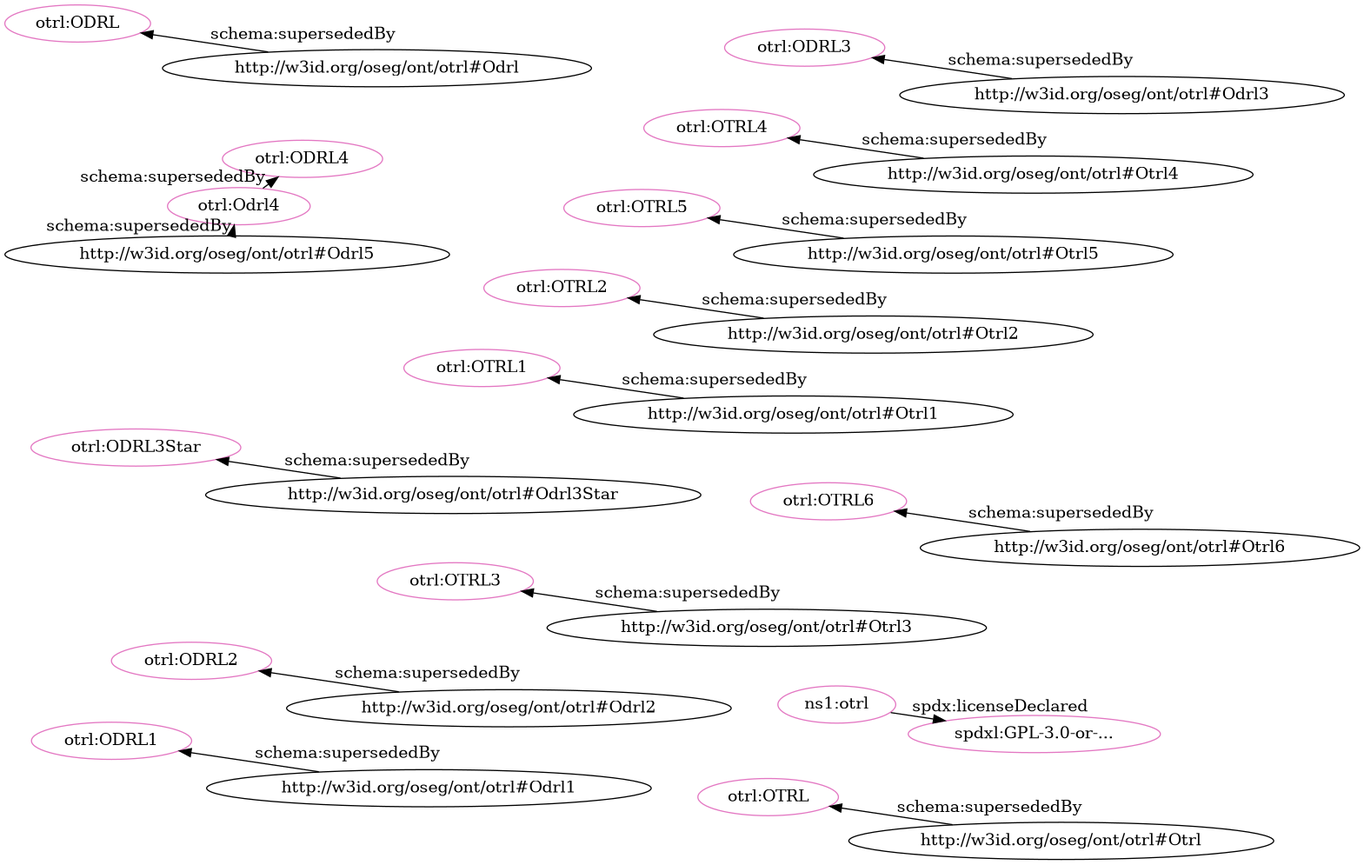
iop-alliance/OpenKnowHow keeps this Graphviz diagram as src/spec/dot_otrl_deprecated-clean.png. Above is the earlier version. Its source is kept beside it as src/spec/dot_otrl_deprecated-clean.dot.
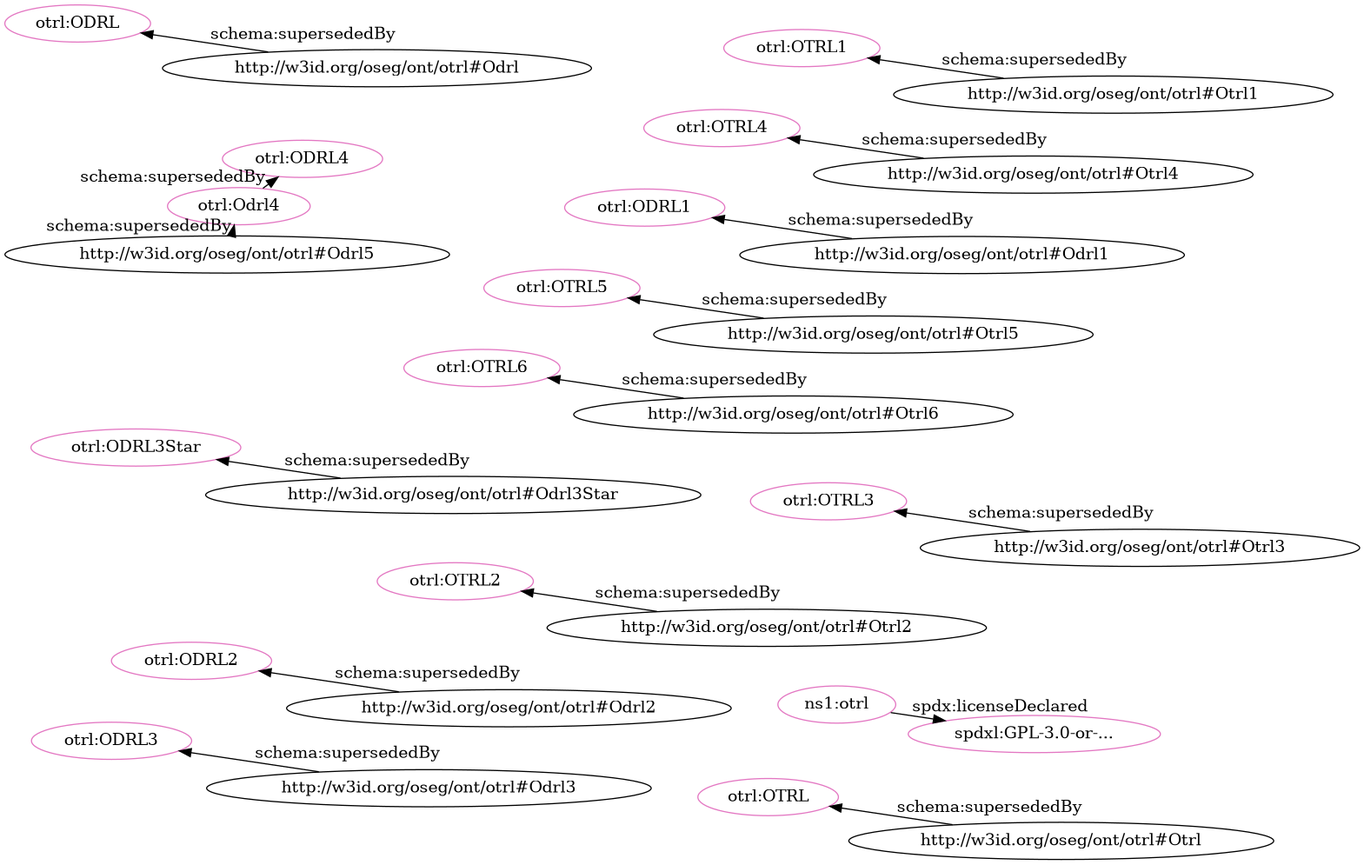
The same diagram one commit later.

Change to the diagram source:
```diff
@@ -1,35 +1,35 @@
 digraph G {
   rankdir=BT
   node[height=.3]
-"http://w3id.org/oseg/ont/otrl#OTRL1" [fillcolor="#e377c2" color="#e377c2" label="otrl:OTRL1"]
+"http://w3id.org/oseg/ont/otrl#OTRL6" [fillcolor="#e377c2" color="#e377c2" label="otrl:OTRL6"]
 "http://w3id.org/oseg/ont/otrl#Odrl4" [fillcolor="#e377c2" color="#e377c2" label="otrl:Odrl4"]
+"http://w3id.org/oseg/ont/otrl#ODRL4" [fillcolor="#e377c2" color="#e377c2" label="otrl:ODRL4"]
+"http://w3id.org/oseg/ont/otrl#OTRL5" [fillcolor="#e377c2" color="#e377c2" label="otrl:OTRL5"]
+"http://w3id.org/oseg/ont/otrl" [fillcolor="#e377c2" color="#e377c2" label="ns1:otrl"]
+"http://w3id.org/oseg/ont/otrl#OTRL" [fillcolor="#e377c2" color="#e377c2" label="otrl:OTRL"]
 "http://w3id.org/oseg/ont/otrl#OTRL2" [fillcolor="#e377c2" color="#e377c2" label="otrl:OTRL2"]
 "http://w3id.org/oseg/ont/otrl#ODRL" [fillcolor="#e377c2" color="#e377c2" label="otrl:ODRL"]
+"http://w3id.org/oseg/ont/otrl#ODRL1" [fillcolor="#e377c2" color="#e377c2" label="otrl:ODRL1"]
+"http://w3id.org/oseg/ont/otrl#OTRL4" [fillcolor="#e377c2" color="#e377c2" label="otrl:OTRL4"]
+"http://w3id.org/oseg/ont/otrl#ODRL2" [fillcolor="#e377c2" color="#e377c2" label="otrl:ODRL2"]
+"http://w3id.org/oseg/ont/otrl#OTRL1" [fillcolor="#e377c2" color="#e377c2" label="otrl:OTRL1"]
+"http://w3id.org/oseg/ont/otrl#ODRL3Star" [fillcolor="#e377c2" color="#e377c2" label="otrl:ODRL3Star"]
+"http://spdx.org/licenses/GPL-3.0-or-later" [fillcolor="#e377c2" color="#e377c2" label="spdxl:GPL-3.0-or-..."]
+"http://w3id.org/oseg/ont/otrl#ODRL3" [fillcolor="#e377c2" color="#e377c2" label="otrl:ODRL3"]
 "http://w3id.org/oseg/ont/otrl#OTRL3" [fillcolor="#e377c2" color="#e377c2" label="otrl:OTRL3"]
-"http://w3id.org/oseg/ont/otrl#OTRL5" [fillcolor="#e377c2" color="#e377c2" label="otrl:OTRL5"]
-"http://w3id.org/oseg/ont/otrl#OTRL4" [fillcolor="#e377c2" color="#e377c2" label="otrl:OTRL4"]
-"http://w3id.org/oseg/ont/otrl" [fillcolor="#e377c2" color="#e377c2" label="ns1:otrl"]
-"http://w3id.org/oseg/ont/otrl#ODRL2" [fillcolor="#e377c2" color="#e377c2" label="otrl:ODRL2"]
-"http://w3id.org/oseg/ont/otrl#ODRL3" [fillcolor="#e377c2" color="#e377c2" label="otrl:ODRL3"]
-"http://w3id.org/oseg/ont/otrl#ODRL4" [fillcolor="#e377c2" color="#e377c2" label="otrl:ODRL4"]
-"http://w3id.org/oseg/ont/otrl#OTRL" [fillcolor="#e377c2" color="#e377c2" label="otrl:OTRL"]
-"http://w3id.org/oseg/ont/otrl#ODRL3Star" [fillcolor="#e377c2" color="#e377c2" label="otrl:ODRL3Star"]
-"http://w3id.org/oseg/ont/otrl#ODRL1" [fillcolor="#e377c2" color="#e377c2" label="otrl:ODRL1"]
-"http://w3id.org/oseg/ont/otrl#OTRL6" [fillcolor="#e377c2" color="#e377c2" label="otrl:OTRL6"]
-"http://spdx.org/licenses/GPL-3.0-or-later" [fillcolor="#e377c2" color="#e377c2" label="spdxl:GPL-3.0-or-..."]
-  "http://w3id.org/oseg/ont/otrl#Otrl1" -> "http://w3id.org/oseg/ont/otrl#OTRL1" [label="schema:supersededBy"]
+  "http://w3id.org/oseg/ont/otrl#Otrl6" -> "http://w3id.org/oseg/ont/otrl#OTRL6" [label="schema:supersededBy"]
   "http://w3id.org/oseg/ont/otrl#Odrl5" -> "http://w3id.org/oseg/ont/otrl#Odrl4" [label="schema:supersededBy"]
+  "http://w3id.org/oseg/ont/otrl#Odrl4" -> "http://w3id.org/oseg/ont/otrl#ODRL4" [label="schema:supersededBy"]
+  "http://w3id.org/oseg/ont/otrl#Otrl5" -> "http://w3id.org/oseg/ont/otrl#OTRL5" [label="schema:supersededBy"]
+  "http://w3id.org/oseg/ont/otrl#Otrl" -> "http://w3id.org/oseg/ont/otrl#OTRL" [label="schema:supersededBy"]
   "http://w3id.org/oseg/ont/otrl#Otrl2" -> "http://w3id.org/oseg/ont/otrl#OTRL2" [label="schema:supersededBy"]
   "http://w3id.org/oseg/ont/otrl#Odrl" -> "http://w3id.org/oseg/ont/otrl#ODRL" [label="schema:supersededBy"]
+  "http://w3id.org/oseg/ont/otrl#Odrl1" -> "http://w3id.org/oseg/ont/otrl#ODRL1" [label="schema:supersededBy"]
+  "http://w3id.org/oseg/ont/otrl#Otrl4" -> "http://w3id.org/oseg/ont/otrl#OTRL4" [label="schema:supersededBy"]
+  "http://w3id.org/oseg/ont/otrl#Otrl1" -> "http://w3id.org/oseg/ont/otrl#OTRL1" [label="schema:supersededBy"]
+  "http://w3id.org/oseg/ont/otrl#Odrl2" -> "http://w3id.org/oseg/ont/otrl#ODRL2" [label="schema:supersededBy"]
+  "http://w3id.org/oseg/ont/otrl#Odrl3Star" -> "http://w3id.org/oseg/ont/otrl#ODRL3Star" [label="schema:supersededBy"]
+  "http://w3id.org/oseg/ont/otrl" -> "http://spdx.org/licenses/GPL-3.0-or-later" [label="spdx:licenseDeclared"]
   "http://w3id.org/oseg/ont/otrl#Otrl3" -> "http://w3id.org/oseg/ont/otrl#OTRL3" [label="schema:supersededBy"]
-  "http://w3id.org/oseg/ont/otrl#Otrl5" -> "http://w3id.org/oseg/ont/otrl#OTRL5" [label="schema:supersededBy"]
-  "http://w3id.org/oseg/ont/otrl#Otrl6" -> "http://w3id.org/oseg/ont/otrl#OTRL6" [label="schema:supersededBy"]
-  "http://w3id.org/oseg/ont/otrl#Otrl4" -> "http://w3id.org/oseg/ont/otrl#OTRL4" [label="schema:supersededBy"]
-  "http://w3id.org/oseg/ont/otrl#Odrl2" -> "http://w3id.org/oseg/ont/otrl#ODRL2" [label="schema:supersededBy"]
   "http://w3id.org/oseg/ont/otrl#Odrl3" -> "http://w3id.org/oseg/ont/otrl#ODRL3" [label="schema:supersededBy"]
-  "http://w3id.org/oseg/ont/otrl#Odrl4" -> "http://w3id.org/oseg/ont/otrl#ODRL4" [label="schema:supersededBy"]
-  "http://w3id.org/oseg/ont/otrl#Otrl" -> "http://w3id.org/oseg/ont/otrl#OTRL" [label="schema:supersededBy"]
-  "http://w3id.org/oseg/ont/otrl#Odrl3Star" -> "http://w3id.org/oseg/ont/otrl#ODRL3Star" [label="schema:supersededBy"]
-  "http://w3id.org/oseg/ont/otrl#Odrl1" -> "http://w3id.org/oseg/ont/otrl#ODRL1" [label="schema:supersededBy"]
-  "http://w3id.org/oseg/ont/otrl" -> "http://spdx.org/licenses/GPL-3.0-or-later" [label="spdx:licenseDeclared"]
 }
```
